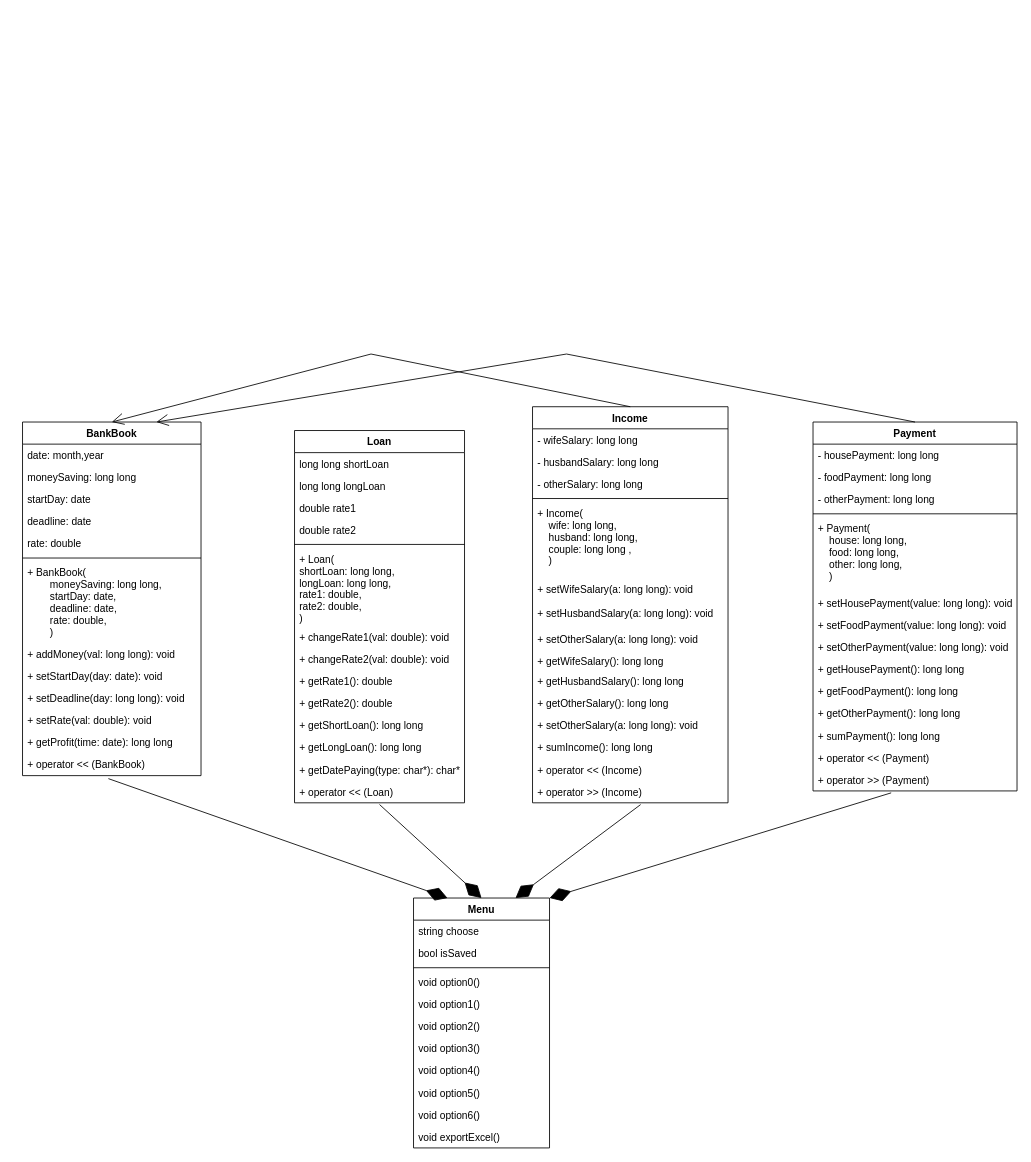
The draw.io diagram FinalProject/OOP_capnhat.drawio in nmkha-github/OOP, before the edit. Source tidied: cells renumbered, new cells numbered last; positions are measured from the earlier drawing's top-left corner, leaving out a move shared by most shapes. Both pictures are drawn from the tidied source at 85%, with x=0, y=0 at pixel (22, 354).
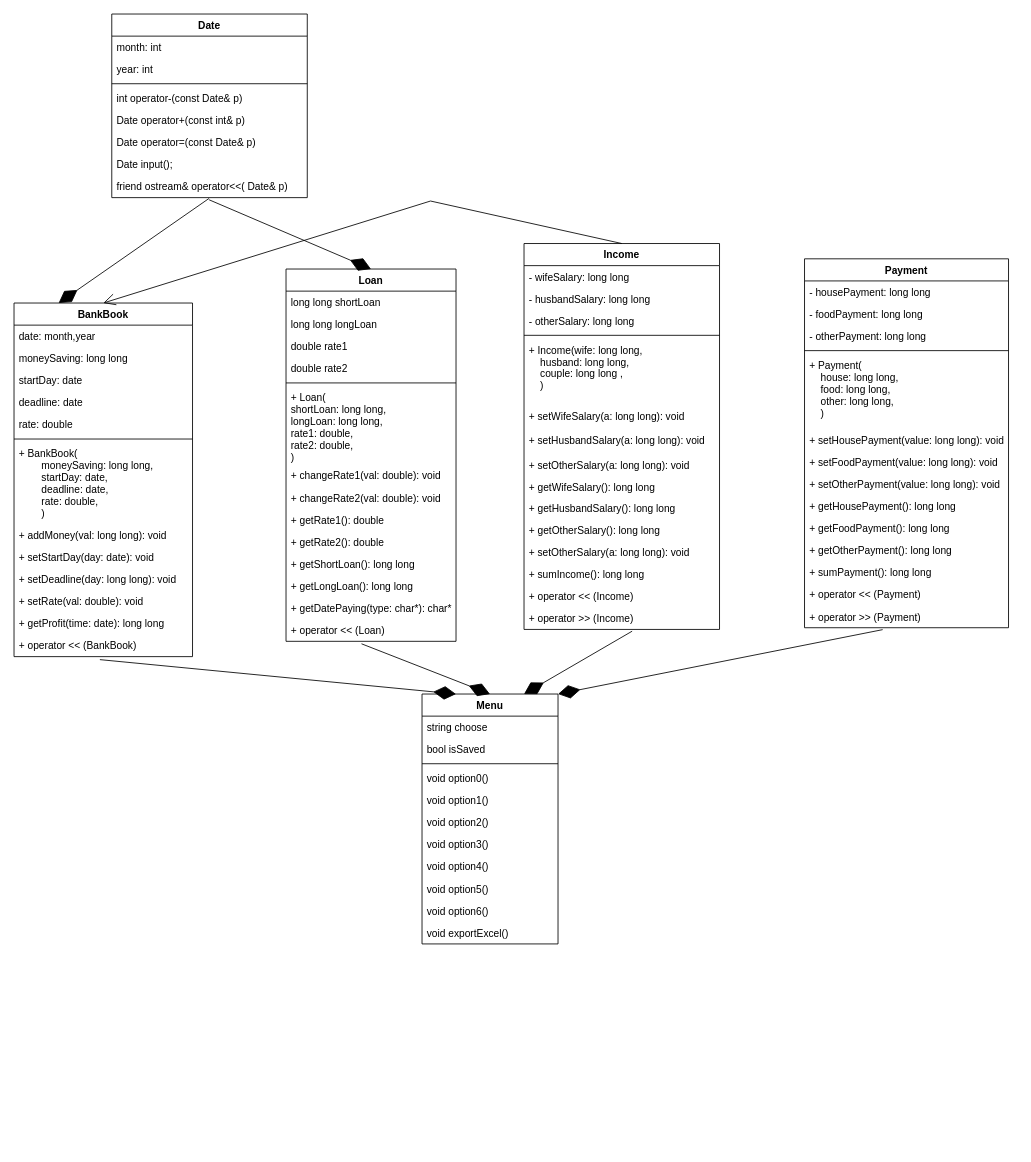
The same page after the edit.

Commit message (it also covers changes not shown here):
Update excel file + UML image

Unchanged cells that the change refers to:
```xml
<mxCell id="16" value="+ operator &lt;&lt; (Loan)" style="text;strokeColor=none;fillColor=none;align=left;verticalAlign=top;spacingLeft=4;spacingRight=4;overflow=hidden;points=[[0,0.5],[1,0.5]];portConstraint=eastwest;rounded=0;shadow=0;glass=0;sketch=0;fontFamily=Helvetica;fontSize=12;fontColor=default;" parent="2" vertex="1">
  <mxGeometry y="412" width="200" height="26" as="geometry" />
</mxCell>
```

The edit, as a diff of the source:
```diff
@@
     <mxCell id="2" value="Loan" style="swimlane;fontStyle=1;align=center;verticalAlign=top;horizontal=1;startSize=26;rounded=0;shadow=0;glass=0;sketch=0;fontFamily=Helvetica;fontSize=12;fontColor=default;strokeColor=default;fillColor=none;gradientColor=none;" parent="1" vertex="1">
-      <mxGeometry x="320" y="90" width="200" height="438" as="geometry" />
+      <mxGeometry x="310" y="-100" width="200" height="438" as="geometry" />
     </mxCell>
@@
     <mxCell id="17" value="Income" style="swimlane;fontStyle=1;align=center;verticalAlign=top;horizontal=1;startSize=26;rounded=0;shadow=0;glass=0;sketch=0;fontFamily=Helvetica;fontSize=12;fontColor=default;strokeColor=default;fillColor=none;gradientColor=none;" parent="1" vertex="1">
-      <mxGeometry x="600" y="62" width="230" height="466" as="geometry" />
+      <mxGeometry x="590" y="-130" width="230" height="454" as="geometry" />
     </mxCell>
@@
-    <mxCell id="22" value="+ Income( &#10;    wife: long long, &#10;    husband: long long,&#10;    couple: long long ,&#10;    )&#10;" style="text;strokeColor=none;fillColor=none;align=left;verticalAlign=top;spacingLeft=4;spacingRight=4;overflow=hidden;rounded=0;shadow=0;glass=0;sketch=0;fontFamily=Helvetica;fontSize=12;fontColor=default;" parent="17" vertex="1">
-      <mxGeometry y="112" width="230" height="90" as="geometry" />
+    <mxCell id="22" value="+ Income(wife: long long, &#10;    husband: long long,&#10;    couple: long long ,&#10;    )&#10;" style="text;strokeColor=none;fillColor=none;align=left;verticalAlign=top;spacingLeft=4;spacingRight=4;overflow=hidden;rounded=0;shadow=0;glass=0;sketch=0;fontFamily=Helvetica;fontSize=12;fontColor=default;" parent="17" vertex="1">
+      <mxGeometry y="112" width="230" height="78" as="geometry" />
     </mxCell>
     <mxCell id="23" value="+ setWifeSalary(a: long long): void" style="text;strokeColor=none;fillColor=none;align=left;verticalAlign=top;spacingLeft=4;spacingRight=4;overflow=hidden;rounded=0;shadow=0;glass=0;sketch=0;fontFamily=Helvetica;fontSize=12;fontColor=default;" parent="17" vertex="1">
-      <mxGeometry y="202" width="230" height="28" as="geometry" />
+      <mxGeometry y="190" width="230" height="28" as="geometry" />
     </mxCell>
     <mxCell id="24" value="+ setHusbandSalary(a: long long): void" style="text;strokeColor=none;fillColor=none;align=left;verticalAlign=top;spacingLeft=4;spacingRight=4;overflow=hidden;rounded=0;shadow=0;glass=0;sketch=0;fontFamily=Helvetica;fontSize=12;fontColor=default;" parent="17" vertex="1">
-      <mxGeometry y="230" width="230" height="30" as="geometry" />
+      <mxGeometry y="218" width="230" height="30" as="geometry" />
     </mxCell>
     <mxCell id="25" value="+ setOtherSalary(a: long long): void" style="text;strokeColor=none;fillColor=none;align=left;verticalAlign=top;spacingLeft=4;spacingRight=4;overflow=hidden;rounded=0;shadow=0;glass=0;sketch=0;fontFamily=Helvetica;fontSize=12;fontColor=default;" parent="17" vertex="1">
-      <mxGeometry y="260" width="230" height="26" as="geometry" />
+      <mxGeometry y="248" width="230" height="26" as="geometry" />
     </mxCell>
     <mxCell id="26" value="+ getWifeSalary(): long long" style="text;strokeColor=none;fillColor=none;align=left;verticalAlign=top;spacingLeft=4;spacingRight=4;overflow=hidden;rounded=0;shadow=0;glass=0;sketch=0;fontFamily=Helvetica;fontSize=12;fontColor=default;" parent="17" vertex="1">
-      <mxGeometry y="286" width="230" height="24" as="geometry" />
+      <mxGeometry y="274" width="230" height="24" as="geometry" />
     </mxCell>
     <mxCell id="27" value="+ getHusbandSalary(): long long" style="text;strokeColor=none;fillColor=none;align=left;verticalAlign=top;spacingLeft=4;spacingRight=4;overflow=hidden;rounded=0;shadow=0;glass=0;sketch=0;fontFamily=Helvetica;fontSize=12;fontColor=default;" parent="17" vertex="1">
-      <mxGeometry y="310" width="230" height="26" as="geometry" />
+      <mxGeometry y="298" width="230" height="26" as="geometry" />
     </mxCell>
     <mxCell id="28" value="+ getOtherSalary(): long long" style="text;strokeColor=none;fillColor=none;align=left;verticalAlign=top;spacingLeft=4;spacingRight=4;overflow=hidden;rounded=0;shadow=0;glass=0;sketch=0;fontFamily=Helvetica;fontSize=12;fontColor=default;" parent="17" vertex="1">
-      <mxGeometry y="336" width="230" height="26" as="geometry" />
+      <mxGeometry y="324" width="230" height="26" as="geometry" />
     </mxCell>
     <mxCell id="29" value="+ setOtherSalary(a: long long): void" style="text;strokeColor=none;fillColor=none;align=left;verticalAlign=top;spacingLeft=4;spacingRight=4;overflow=hidden;rounded=0;shadow=0;glass=0;sketch=0;fontFamily=Helvetica;fontSize=12;fontColor=default;" parent="17" vertex="1">
-      <mxGeometry y="362" width="230" height="26" as="geometry" />
+      <mxGeometry y="350" width="230" height="26" as="geometry" />
     </mxCell>
     <mxCell id="30" value="+ sumIncome(): long long" style="text;strokeColor=none;fillColor=none;align=left;verticalAlign=top;spacingLeft=4;spacingRight=4;overflow=hidden;rounded=0;shadow=0;glass=0;sketch=0;fontFamily=Helvetica;fontSize=12;fontColor=default;" parent="17" vertex="1">
-      <mxGeometry y="388" width="230" height="26" as="geometry" />
+      <mxGeometry y="376" width="230" height="26" as="geometry" />
     </mxCell>
     <mxCell id="31" value="+ operator &lt;&lt; (Income)" style="text;strokeColor=none;fillColor=none;align=left;verticalAlign=top;spacingLeft=4;spacingRight=4;overflow=hidden;rounded=0;shadow=0;glass=0;sketch=0;fontFamily=Helvetica;fontSize=12;fontColor=default;" parent="17" vertex="1">
-      <mxGeometry y="414" width="230" height="26" as="geometry" />
+      <mxGeometry y="402" width="230" height="26" as="geometry" />
     </mxCell>
     <mxCell id="32" value="+ operator &gt;&gt; (Income)" style="text;strokeColor=none;fillColor=none;align=left;verticalAlign=top;spacingLeft=4;spacingRight=4;overflow=hidden;points=[[0,0.5],[1,0.5]];portConstraint=eastwest;rounded=0;shadow=0;glass=0;sketch=0;fontFamily=Helvetica;fontSize=12;fontColor=default;" parent="17" vertex="1">
-      <mxGeometry y="440" width="230" height="26" as="geometry" />
+      <mxGeometry y="428" width="230" height="26" as="geometry" />
     </mxCell>
     <mxCell id="33" value="Payment" style="swimlane;fontStyle=1;align=center;verticalAlign=top;horizontal=1;startSize=26;rounded=0;shadow=0;glass=0;sketch=0;fontFamily=Helvetica;fontSize=12;fontColor=default;strokeColor=default;fillColor=none;gradientColor=none;" parent="1" vertex="1">
-      <mxGeometry x="930" y="80" width="240" height="434" as="geometry" />
+      <mxGeometry x="920" y="-112" width="240" height="434" as="geometry" />
     </mxCell>
@@
     <mxCell id="48" value="BankBook" style="swimlane;fontStyle=1;align=center;verticalAlign=top;horizontal=1;startSize=26;" parent="1" vertex="1">
-      <mxGeometry y="80" width="210" height="416" as="geometry" />
+      <mxGeometry x="-10" y="-60" width="210" height="416" as="geometry" />
     </mxCell>
@@
     <mxCell id="62" value="Menu" style="swimlane;fontStyle=1;align=center;verticalAlign=top;horizontal=1;startSize=26;" parent="1" vertex="1">
-      <mxGeometry x="460" y="640" width="160" height="294" as="geometry" />
+      <mxGeometry x="470" y="400" width="160" height="294" as="geometry" />
     </mxCell>
@@
-    <mxCell id="74" style="endArrow=diamondThin;endFill=1;endSize=24;html=1;rounded=0;entryX=0.5;entryY=0;entryDx=0;entryDy=0;" parent="1" edge="1" target="62">
-      <mxGeometry relative="1" as="geometry">
-        <mxPoint x="420" y="530" as="sourcePoint" />
-      </mxGeometry>
+    <mxCell id="74" style="endArrow=diamondThin;endFill=1;endSize=24;html=1;rounded=0;entryX=0.5;entryY=0;entryDx=0;entryDy=0;exitX=0.444;exitY=1.111;exitDx=0;exitDy=0;exitPerimeter=0;" parent="1" edge="1" source="16" target="62">
+      <mxGeometry relative="1" as="geometry" />
     </mxCell>
@@
     <mxCell id="78" style="endArrow=open;endFill=1;endSize=12;html=1;rounded=0;exitX=0.5;exitY=0;exitDx=0;exitDy=0;entryX=0.5;entryY=0;entryDx=0;entryDy=0;" parent="1" edge="1" source="17" target="48">
       <mxGeometry relative="1" as="geometry">
         <Array as="points">
-          <mxPoint x="410" />
+          <mxPoint x="480" y="-180" />
         </Array>
       </mxGeometry>
     </mxCell>
-    <mxCell id="79" style="endArrow=open;endFill=1;endSize=12;html=1;rounded=0;exitX=0.5;exitY=0;exitDx=0;exitDy=0;entryX=0.75;entryY=0;entryDx=0;entryDy=0;" parent="1" edge="1" source="33" target="48">
-      <mxGeometry relative="1" as="geometry">
-        <Array as="points">
-          <mxPoint x="640" />
-        </Array>
-      </mxGeometry>
-    </mxCell>
+    <mxCell id="80" value="Date" style="swimlane;fontStyle=1;align=center;verticalAlign=top;horizontal=1;startSize=26;" parent="1" vertex="1">
+      <mxGeometry x="105" y="-400" width="230" height="216" as="geometry" />
+    </mxCell>
+    <mxCell id="81" value="month: int" style="text;strokeColor=none;fillColor=none;align=left;verticalAlign=top;spacingLeft=4;spacingRight=4;overflow=hidden;" parent="80" vertex="1">
+      <mxGeometry y="26" width="230" height="26" as="geometry" />
+    </mxCell>
+    <mxCell id="82" value="year: int" style="text;strokeColor=none;fillColor=none;align=left;verticalAlign=top;spacingLeft=4;spacingRight=4;overflow=hidden;" parent="80" vertex="1">
+      <mxGeometry y="52" width="230" height="26" as="geometry" />
+    </mxCell>
+    <mxCell id="83" style="line;strokeWidth=1;fillColor=none;align=left;verticalAlign=middle;spacingTop=-1;spacingLeft=3;spacingRight=3;labelPosition=right;" parent="80" vertex="1">
+      <mxGeometry y="78" width="230" height="8" as="geometry" />
+    </mxCell>
+    <mxCell id="84" value="int operator-(const Date&amp; p)" style="text;strokeColor=none;fillColor=none;align=left;verticalAlign=top;spacingLeft=4;spacingRight=4;overflow=hidden;" parent="80" vertex="1">
+      <mxGeometry y="86" width="230" height="26" as="geometry" />
+    </mxCell>
+    <mxCell id="85" value="Date operator+(const int&amp; p)" style="text;strokeColor=none;fillColor=none;align=left;verticalAlign=top;spacingLeft=4;spacingRight=4;overflow=hidden;" parent="80" vertex="1">
+      <mxGeometry y="112" width="230" height="26" as="geometry" />
+    </mxCell>
+    <mxCell id="86" value="Date operator=(const Date&amp; p)" style="text;strokeColor=none;fillColor=none;align=left;verticalAlign=top;spacingLeft=4;spacingRight=4;overflow=hidden;" parent="80" vertex="1">
+      <mxGeometry y="138" width="230" height="26" as="geometry" />
+    </mxCell>
+    <mxCell id="87" value="Date input();" style="text;strokeColor=none;fillColor=none;align=left;verticalAlign=top;spacingLeft=4;spacingRight=4;overflow=hidden;" parent="80" vertex="1">
+      <mxGeometry y="164" width="230" height="26" as="geometry" />
+    </mxCell>
+    <mxCell id="88" value="friend ostream&amp; operator&lt;&lt;( Date&amp; p)" style="text;strokeColor=none;fillColor=none;align=left;verticalAlign=top;spacingLeft=4;spacingRight=4;overflow=hidden;points=[[0,0.5],[1,0.5]];portConstraint=eastwest;" parent="80" vertex="1">
+      <mxGeometry y="190" width="230" height="26" as="geometry" />
+    </mxCell>
+    <mxCell id="89" style="endArrow=diamondThin;endFill=1;endSize=24;html=1;rounded=0;exitX=0.498;exitY=1.034;exitDx=0;exitDy=0;exitPerimeter=0;entryX=0.25;entryY=0;entryDx=0;entryDy=0;" parent="1" edge="1" source="88" target="48">
+      <mxGeometry relative="1" as="geometry" />
+    </mxCell>
+    <mxCell id="90" style="endArrow=diamondThin;endFill=1;endSize=24;html=1;rounded=0;exitX=0.498;exitY=1.099;exitDx=0;exitDy=0;exitPerimeter=0;entryX=0.5;entryY=0;entryDx=0;entryDy=0;" parent="1" edge="1" source="88" target="2">
+      <mxGeometry relative="1" as="geometry" />
+    </mxCell>
```
